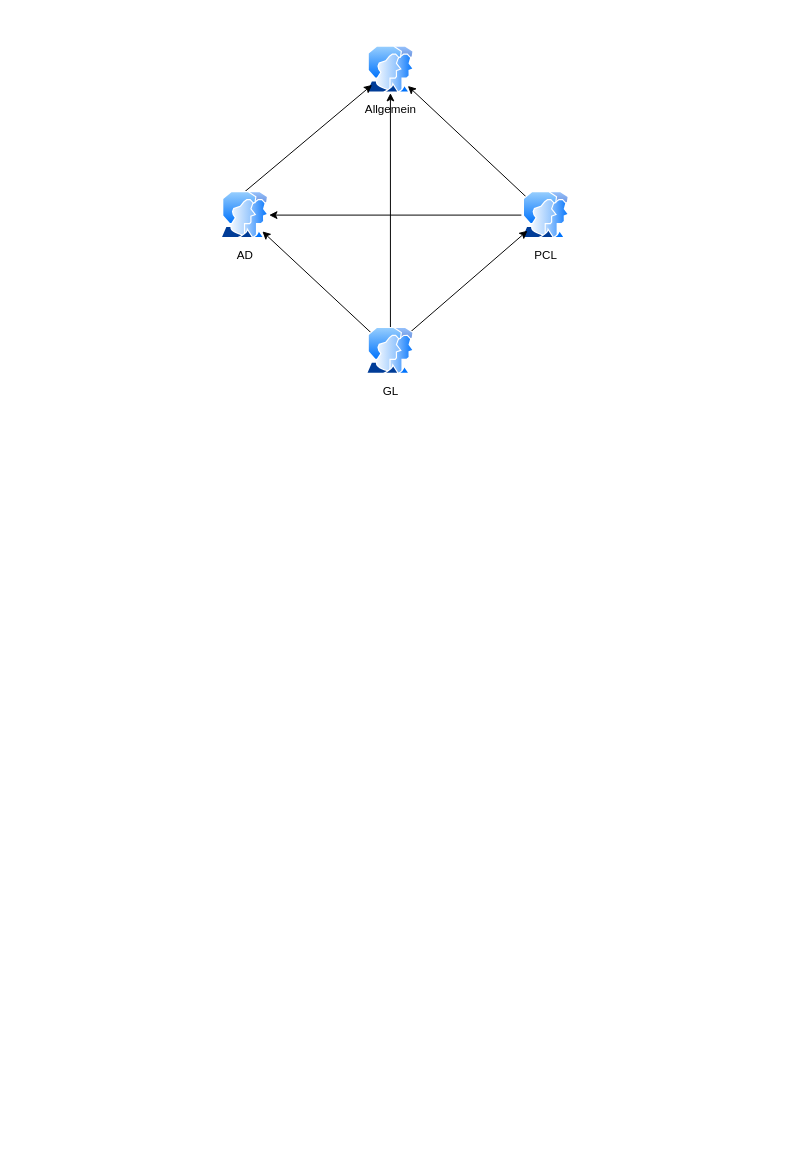
Before: ME-GROUPS.drawio in cutmal/drawio-charts, a draw.io diagram. Source tidied: cells renumbered, new cells numbered last; positions are measured from the earlier drawing's top-left corner, leaving out a move shared by most shapes. Both pictures are drawn from the tidied source at 97%, with x=0, y=0 at pixel (220, 46).
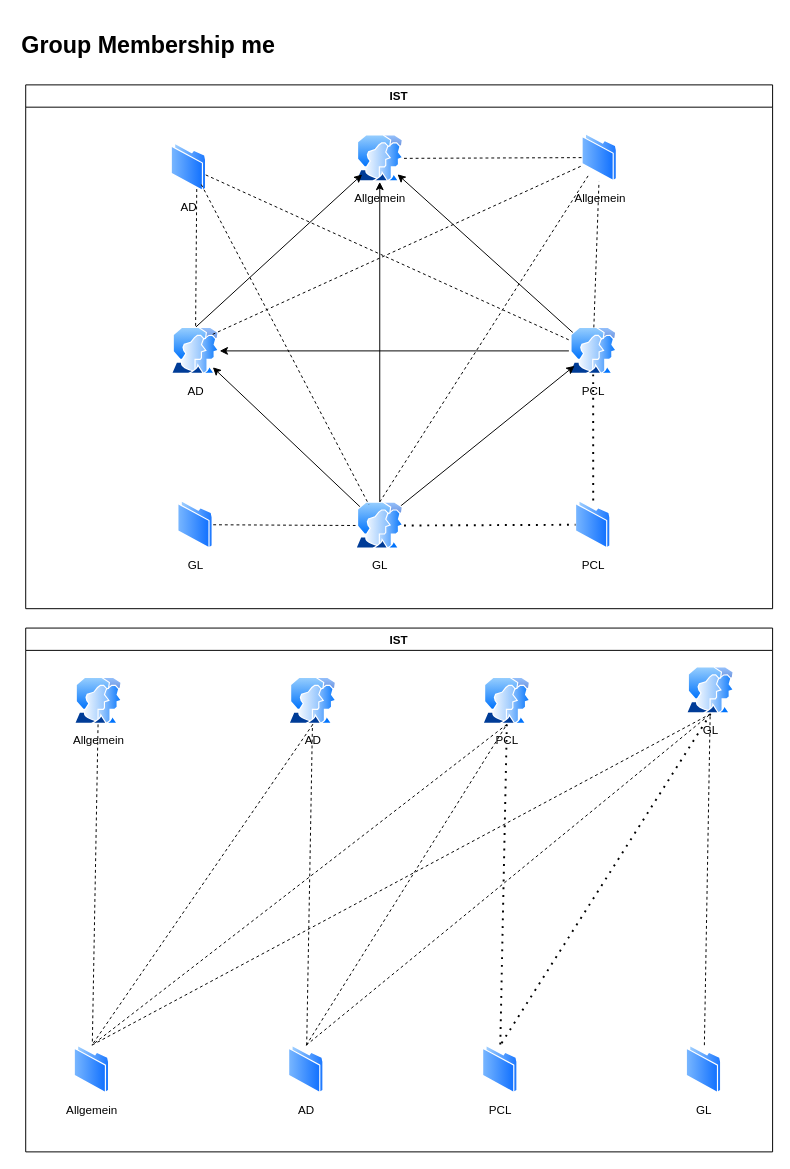
The same page after the edit.

Diff of the diagram source:
```diff
@@
+    <mxCell id="12" value="&lt;h1&gt;Group Membership me&lt;/h1&gt;" style="text;html=1;strokeColor=none;fillColor=none;spacing=5;spacingTop=-20;whiteSpace=wrap;overflow=hidden;rounded=0;" parent="1" vertex="1">
+      <mxGeometry x="-210" y="-20" width="270" height="120" as="geometry" />
+    </mxCell>
+    <mxCell id="13" value="IST" style="swimlane;" parent="1" vertex="1">
+      <mxGeometry x="-201" y="600" width="770" height="540" as="geometry" />
+    </mxCell>
+    <mxCell id="14" value="AD" style="perimeter=ellipsePerimeter;html=1;align=center;shadow=0;dashed=0;spacingTop=3;image;image=img/lib/active_directory/folder.svg;" parent="13" vertex="1">
+      <mxGeometry x="271" y="430" width="36.5" height="50" as="geometry" />
+    </mxCell>
+    <mxCell id="7" value="AD" style="perimeter=ellipsePerimeter;html=1;align=center;shadow=0;dashed=0;spacingTop=3;image;image=img/lib/active_directory/user_accounts.svg;" parent="13" vertex="1">
+      <mxGeometry x="271" y="50.8" width="50" height="48.5" as="geometry" />
+    </mxCell>
+    <mxCell id="15" style="endArrow=none;dashed=1;html=1;rounded=0;" parent="13" edge="1" source="14" target="7">
+      <mxGeometry relative="1" as="geometry" />
+    </mxCell>
-    <mxCell id="2" value="&lt;div&gt;Allgemein&lt;/div&gt;" style="perimeter=ellipsePerimeter;html=1;align=center;shadow=0;dashed=0;spacingTop=3;image;image=img/lib/active_directory/user_accounts.svg;" parent="1" vertex="1">
-      <mxGeometry x="150" width="50" height="48.5" as="geometry" />
+    <mxCell id="2" value="&lt;div&gt;Allgemein&lt;/div&gt;" style="perimeter=ellipsePerimeter;html=1;align=center;shadow=0;dashed=0;spacingTop=3;image;image=img/lib/active_directory/user_accounts.svg;" parent="13" vertex="1">
+      <mxGeometry x="50" y="50.8" width="50" height="48.5" as="geometry" />
     </mxCell>
-    <mxCell id="3" style="edgeStyle=none;rounded=0;jettySize=auto;html=1;" parent="1" edge="1" source="5" target="2">
-      <mxGeometry relative="1" as="geometry" />
-    </mxCell>
-    <mxCell id="4" style="edgeStyle=none;rounded=0;jettySize=auto;html=1;" parent="1" edge="1" source="5" target="7">
-      <mxGeometry relative="1" as="geometry" />
-    </mxCell>
+    <mxCell id="16" value="Allgemein" style="perimeter=ellipsePerimeter;html=1;align=center;shadow=0;dashed=0;spacingTop=3;image;image=img/lib/active_directory/folder.svg;" parent="13" vertex="1">
+      <mxGeometry x="50" y="430" width="36.5" height="50" as="geometry" />
+    </mxCell>
+    <mxCell id="17" style="endArrow=none;dashed=1;html=1;rounded=0;" parent="13" edge="1" source="2" target="16">
+      <mxGeometry relative="1" as="geometry" />
+    </mxCell>
+    <mxCell id="18" style="endArrow=none;dashed=1;html=1;rounded=0;exitX=0.5;exitY=1;exitDx=0;exitDy=0;entryX=0.5;entryY=0;entryDx=0;entryDy=0;" parent="13" edge="1" source="7" target="16">
+      <mxGeometry relative="1" as="geometry" />
+    </mxCell>
+    <mxCell id="11" value="GL" style="perimeter=ellipsePerimeter;html=1;align=center;shadow=0;dashed=0;spacingTop=3;image;image=img/lib/active_directory/user_accounts.svg;" parent="13" vertex="1">
+      <mxGeometry x="681" y="40" width="50" height="48.5" as="geometry" />
+    </mxCell>
+    <mxCell id="19" style="endArrow=none;dashed=1;html=1;rounded=0;exitX=0.5;exitY=1;exitDx=0;exitDy=0;entryX=0.5;entryY=0;entryDx=0;entryDy=0;" parent="13" edge="1" source="11" target="16">
+      <mxGeometry relative="1" as="geometry" />
+    </mxCell>
+    <mxCell id="20" style="endArrow=none;dashed=1;html=1;rounded=0;exitX=0.5;exitY=0;exitDx=0;exitDy=0;entryX=0.5;entryY=1;entryDx=0;entryDy=0;" parent="13" edge="1" source="14" target="11">
+      <mxGeometry relative="1" as="geometry" />
+    </mxCell>
-    <mxCell id="5" value="&lt;div&gt;PCL&lt;/div&gt;" style="perimeter=ellipsePerimeter;html=1;align=center;shadow=0;dashed=0;spacingTop=3;image;image=img/lib/active_directory/user_accounts.svg;" parent="1" vertex="1">
-      <mxGeometry x="310" y="150" width="50" height="48.5" as="geometry" />
+    <mxCell id="5" value="&lt;div&gt;PCL&lt;/div&gt;" style="perimeter=ellipsePerimeter;html=1;align=center;shadow=0;dashed=0;spacingTop=3;image;image=img/lib/active_directory/user_accounts.svg;" parent="13" vertex="1">
+      <mxGeometry x="471" y="50.8" width="50" height="48.5" as="geometry" />
     </mxCell>
-    <mxCell id="6" style="rounded=0;jettySize=auto;html=1;exitX=0.5;exitY=0;exitDx=0;exitDy=0;" parent="1" edge="1" source="7" target="2">
-      <mxGeometry relative="1" as="geometry" />
-    </mxCell>
-    <mxCell id="7" value="AD" style="perimeter=ellipsePerimeter;html=1;align=center;shadow=0;dashed=0;spacingTop=3;image;image=img/lib/active_directory/user_accounts.svg;" parent="1" vertex="1">
-      <mxGeometry y="150" width="50" height="48.5" as="geometry" />
-    </mxCell>
-    <mxCell id="8" style="rounded=0;jettySize=auto;html=1;" parent="1" edge="1" source="11" target="2">
-      <mxGeometry relative="1" as="geometry" />
-    </mxCell>
-    <mxCell id="9" style="edgeStyle=none;rounded=0;jettySize=auto;html=1;" parent="1" edge="1" source="11" target="7">
-      <mxGeometry relative="1" as="geometry" />
-    </mxCell>
-    <mxCell id="10" style="edgeStyle=none;rounded=0;jettySize=auto;html=1;exitX=1;exitY=0;exitDx=0;exitDy=0;" parent="1" edge="1" source="11" target="5">
-      <mxGeometry relative="1" as="geometry" />
-    </mxCell>
-    <mxCell id="11" value="GL" style="perimeter=ellipsePerimeter;html=1;align=center;shadow=0;dashed=0;spacingTop=3;image;image=img/lib/active_directory/user_accounts.svg;" parent="1" vertex="1">
-      <mxGeometry x="150" y="290" width="50" height="48.5" as="geometry" />
-    </mxCell>
+    <mxCell id="21" style="endArrow=none;dashed=1;html=1;rounded=0;entryX=0.5;entryY=0;entryDx=0;entryDy=0;exitX=0.5;exitY=1;exitDx=0;exitDy=0;" parent="13" edge="1" source="5" target="16">
+      <mxGeometry relative="1" as="geometry" />
+    </mxCell>
+    <mxCell id="22" style="endArrow=none;dashed=1;html=1;rounded=0;exitX=0.5;exitY=0;exitDx=0;exitDy=0;entryX=0.5;entryY=1;entryDx=0;entryDy=0;" parent="13" edge="1" source="14" target="5">
+      <mxGeometry relative="1" as="geometry" />
+    </mxCell>
+    <mxCell id="23" value="GL" style="perimeter=ellipsePerimeter;html=1;align=center;shadow=0;dashed=0;spacingTop=3;image;image=img/lib/active_directory/folder.svg;" parent="13" vertex="1">
+      <mxGeometry x="681" y="430" width="36.5" height="50" as="geometry" />
+    </mxCell>
+    <mxCell id="24" style="endArrow=none;dashed=1;html=1;rounded=0;" parent="13" edge="1" source="23" target="11">
+      <mxGeometry relative="1" as="geometry" />
+    </mxCell>
+    <mxCell id="25" value="PCL" style="perimeter=ellipsePerimeter;html=1;align=center;shadow=0;dashed=0;spacingTop=3;image;image=img/lib/active_directory/folder.svg;" parent="13" vertex="1">
+      <mxGeometry x="471" y="430" width="36.5" height="50" as="geometry" />
+    </mxCell>
+    <mxCell id="26" style="endArrow=none;dashed=1;html=1;dashPattern=1 3;strokeWidth=2;rounded=0;exitX=0.5;exitY=1;exitDx=0;exitDy=0;entryX=0.5;entryY=0;entryDx=0;entryDy=0;" parent="13" edge="1" source="5" target="25">
+      <mxGeometry relative="1" as="geometry" />
+    </mxCell>
+    <mxCell id="27" style="endArrow=none;dashed=1;html=1;dashPattern=1 3;strokeWidth=2;rounded=0;entryX=0.5;entryY=0;entryDx=0;entryDy=0;exitX=0.5;exitY=1;exitDx=0;exitDy=0;" parent="13" edge="1" source="11" target="25">
+      <mxGeometry relative="1" as="geometry" />
+    </mxCell>
+    <mxCell id="28" value="&lt;div&gt;Allgemein&lt;/div&gt;" style="perimeter=ellipsePerimeter;html=1;align=center;shadow=0;dashed=0;spacingTop=3;image;image=img/lib/active_directory/user_accounts.svg;" parent="1" vertex="1">
+      <mxGeometry x="139" y="91.5" width="50" height="48.5" as="geometry" />
+    </mxCell>
+    <mxCell id="29" style="edgeStyle=none;rounded=0;jettySize=auto;html=1;" parent="1" edge="1" source="31" target="28">
+      <mxGeometry relative="1" as="geometry" />
+    </mxCell>
+    <mxCell id="30" style="edgeStyle=none;rounded=0;jettySize=auto;html=1;" parent="1" edge="1" source="31" target="33">
+      <mxGeometry relative="1" as="geometry" />
+    </mxCell>
+    <mxCell id="31" value="&lt;div&gt;PCL&lt;/div&gt;" style="perimeter=ellipsePerimeter;html=1;align=center;shadow=0;dashed=0;spacingTop=3;image;image=img/lib/active_directory/user_accounts.svg;" parent="1" vertex="1">
+      <mxGeometry x="359" y="290" width="50" height="48.5" as="geometry" />
+    </mxCell>
+    <mxCell id="32" style="rounded=0;jettySize=auto;html=1;exitX=0.5;exitY=0;exitDx=0;exitDy=0;" parent="1" edge="1" source="33" target="28">
+      <mxGeometry relative="1" as="geometry" />
+    </mxCell>
+    <mxCell id="33" value="AD" style="perimeter=ellipsePerimeter;html=1;align=center;shadow=0;dashed=0;spacingTop=3;image;image=img/lib/active_directory/user_accounts.svg;" parent="1" vertex="1">
+      <mxGeometry x="-51" y="290" width="50" height="48.5" as="geometry" />
+    </mxCell>
+    <mxCell id="34" style="rounded=0;jettySize=auto;html=1;" parent="1" edge="1" source="37" target="28">
+      <mxGeometry relative="1" as="geometry" />
+    </mxCell>
+    <mxCell id="35" style="edgeStyle=none;rounded=0;jettySize=auto;html=1;" parent="1" edge="1" source="37" target="33">
+      <mxGeometry relative="1" as="geometry" />
+    </mxCell>
+    <mxCell id="36" style="edgeStyle=none;rounded=0;jettySize=auto;html=1;exitX=1;exitY=0;exitDx=0;exitDy=0;" parent="1" edge="1" source="37" target="31">
+      <mxGeometry relative="1" as="geometry" />
+    </mxCell>
+    <mxCell id="37" value="GL" style="perimeter=ellipsePerimeter;html=1;align=center;shadow=0;dashed=0;spacingTop=3;image;image=img/lib/active_directory/user_accounts.svg;" parent="1" vertex="1">
+      <mxGeometry x="139" y="470" width="50" height="48.5" as="geometry" />
+    </mxCell>
+    <mxCell id="38" value="Allgemein" style="perimeter=ellipsePerimeter;html=1;align=center;shadow=0;dashed=0;spacingTop=3;image;image=img/lib/active_directory/folder.svg;" parent="1" vertex="1">
+      <mxGeometry x="372.5" y="90" width="36.5" height="50" as="geometry" />
+    </mxCell>
+    <mxCell id="39" value="AD" style="perimeter=ellipsePerimeter;html=1;align=center;shadow=0;dashed=0;spacingTop=3;image;image=img/lib/active_directory/folder.svg;" parent="1" vertex="1">
+      <mxGeometry x="-51" y="100" width="36.5" height="50" as="geometry" />
+    </mxCell>
+    <mxCell id="40" value="PCL" style="perimeter=ellipsePerimeter;html=1;align=center;shadow=0;dashed=0;spacingTop=3;image;image=img/lib/active_directory/folder.svg;" parent="1" vertex="1">
+      <mxGeometry x="365.8" y="468.5" width="36.5" height="50" as="geometry" />
+    </mxCell>
+    <mxCell id="41" value="GL" style="perimeter=ellipsePerimeter;html=1;align=center;shadow=0;dashed=0;spacingTop=3;image;image=img/lib/active_directory/folder.svg;" parent="1" vertex="1">
+      <mxGeometry x="-44.2" y="468.5" width="36.5" height="50" as="geometry" />
+    </mxCell>
+    <mxCell id="42" style="endArrow=none;dashed=1;html=1;rounded=0;" parent="1" edge="1" source="28" target="38">
+      <mxGeometry relative="1" as="geometry" />
+    </mxCell>
+    <mxCell id="43" style="endArrow=none;dashed=1;html=1;rounded=0;" parent="1" edge="1" source="41" target="37">
+      <mxGeometry relative="1" as="geometry" />
+    </mxCell>
+    <mxCell id="44" style="endArrow=none;dashed=1;html=1;rounded=0;exitX=0.75;exitY=1;exitDx=0;exitDy=0;" parent="1" edge="1" source="39" target="33">
+      <mxGeometry relative="1" as="geometry" />
+    </mxCell>
+    <mxCell id="45" style="endArrow=none;dashed=1;html=1;dashPattern=1 3;strokeWidth=2;rounded=0;exitX=0.5;exitY=1;exitDx=0;exitDy=0;entryX=0.5;entryY=0;entryDx=0;entryDy=0;" parent="1" edge="1" source="31" target="40">
+      <mxGeometry relative="1" as="geometry" />
+    </mxCell>
+    <mxCell id="46" style="endArrow=none;dashed=1;html=1;rounded=0;exitX=1;exitY=0;exitDx=0;exitDy=0;" parent="1" edge="1" source="33" target="38">
+      <mxGeometry relative="1" as="geometry" />
+    </mxCell>
+    <mxCell id="47" style="endArrow=none;dashed=1;html=1;rounded=0;exitX=0.5;exitY=0;exitDx=0;exitDy=0;" parent="1" edge="1" source="37" target="38">
+      <mxGeometry relative="1" as="geometry" />
+    </mxCell>
+    <mxCell id="48" style="endArrow=none;dashed=1;html=1;rounded=0;" parent="1" edge="1" source="31" target="38">
+      <mxGeometry relative="1" as="geometry" />
+    </mxCell>
+    <mxCell id="49" style="endArrow=none;dashed=1;html=1;dashPattern=1 3;strokeWidth=2;rounded=0;entryX=0;entryY=0.5;entryDx=0;entryDy=0;" parent="1" edge="1" source="37" target="40">
+      <mxGeometry relative="1" as="geometry" />
+    </mxCell>
+    <mxCell id="50" style="endArrow=none;dashed=1;html=1;rounded=0;exitX=1;exitY=1;exitDx=0;exitDy=0;" parent="1" edge="1" source="39" target="37">
+      <mxGeometry relative="1" as="geometry" />
+    </mxCell>
+    <mxCell id="51" style="endArrow=none;dashed=1;html=1;rounded=0;" parent="1" edge="1" source="39" target="31">
+      <mxGeometry relative="1" as="geometry" />
+    </mxCell>
+    <mxCell id="52" value="IST" style="swimlane;" parent="1" vertex="1">
+      <mxGeometry x="-201" y="40" width="770" height="540" as="geometry" />
+    </mxCell>
```
